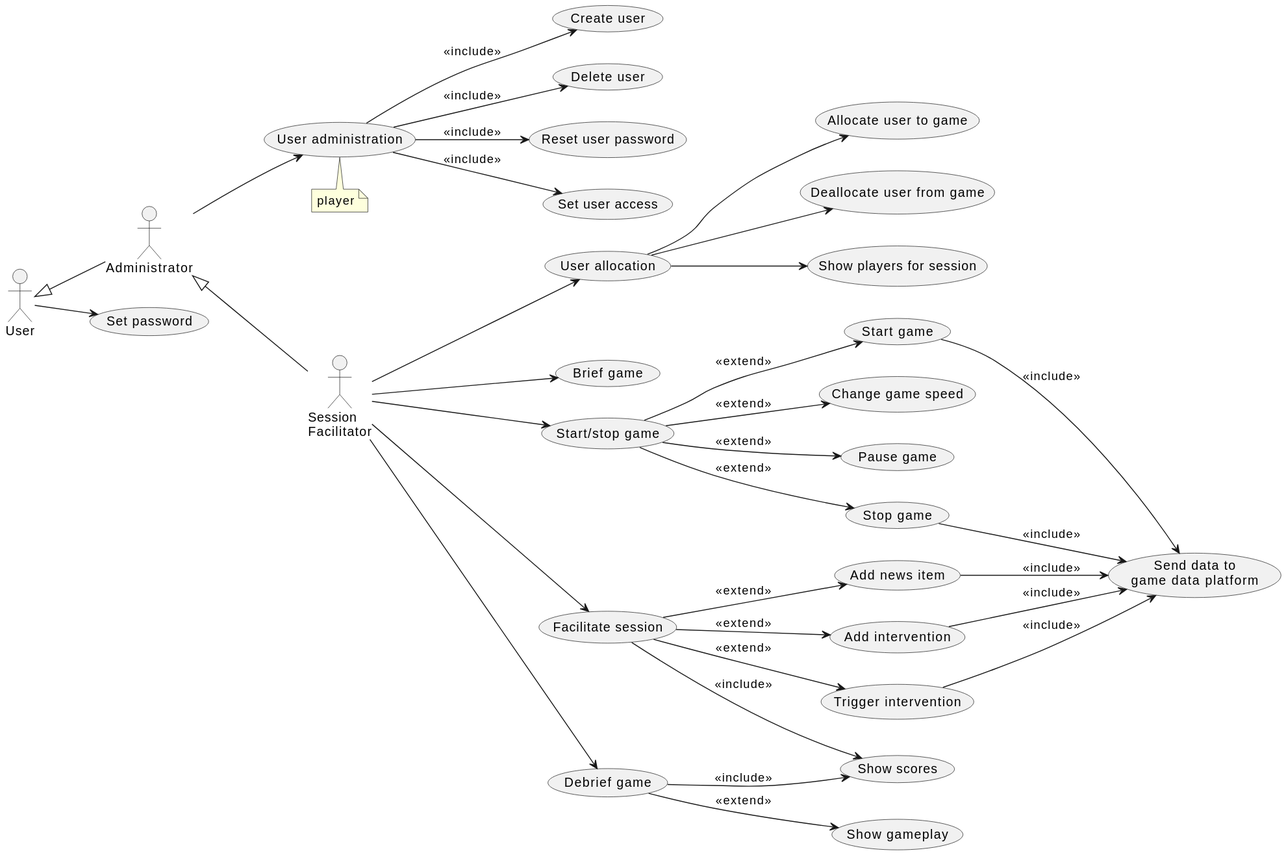
Before: doc/1-use-cases/diagrams/session-facilitation.svg, a diagram exported from PlantUML (averbraeck/gscg-design).
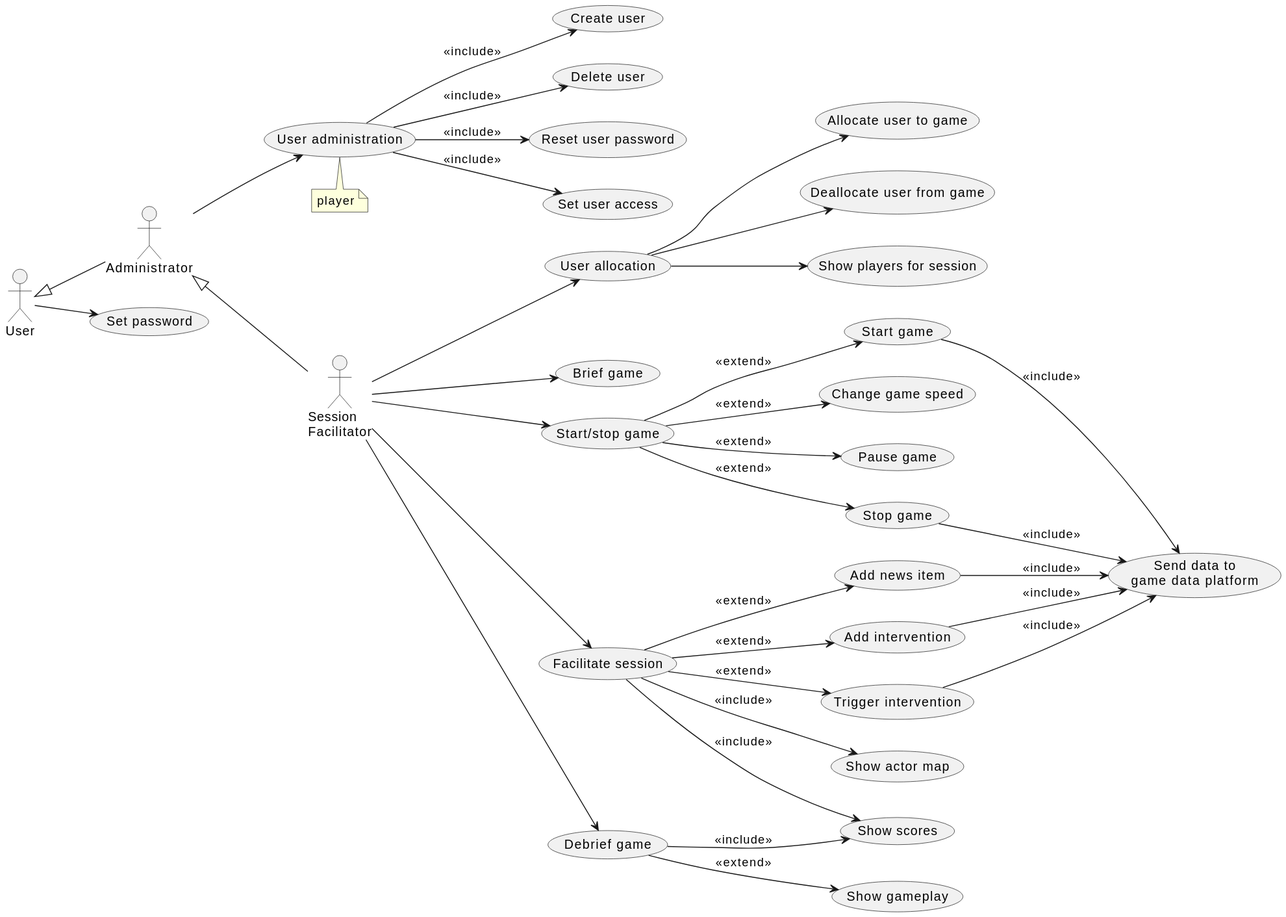
The same file after the commit.

The edit, as a diff of the source:
```diff
@@ -34,6 +34,7 @@
 (Facilitate session) --> (Add news item) : << extend >>
 (Facilitate session) --> (Add intervention) : << extend >>
 (Facilitate session) --> (Trigger intervention) : << extend >>
+(Facilitate session) --> (Show actor map) : << include >>
 (Facilitate session) --> (Show scores) : << include >>
 
 (Start game) --> (Send data to\ngame data platform) : << include >>
```
